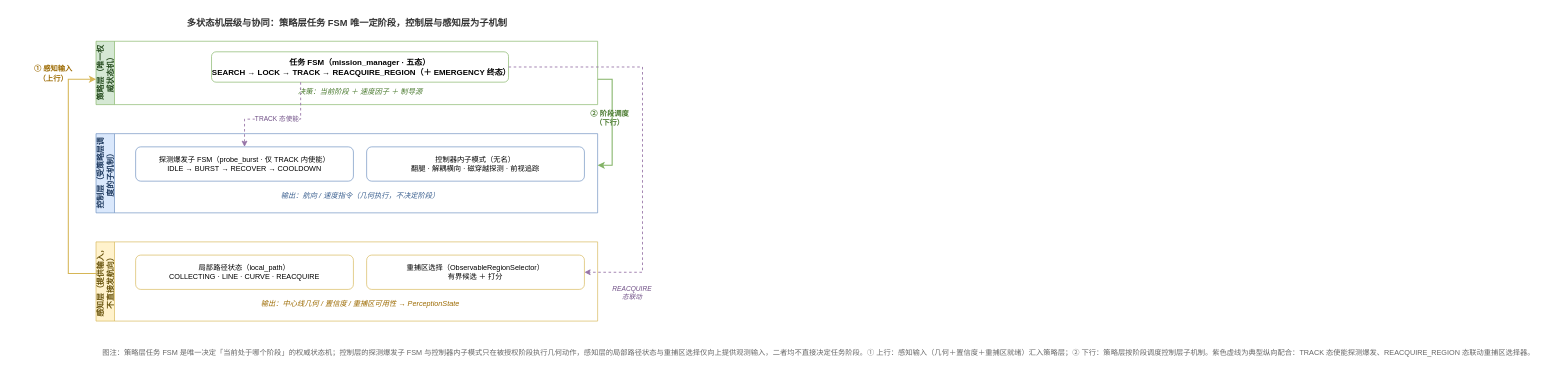
Earlier version of the draw.io diagram docs/figure/fig_statemachine_hierarchy.drawio (360ZMEM/AUV-Master-Mag). Source tidied: cells renumbered, new cells numbered last; positions are measured from the earlier drawing's top-left corner, leaving out a move shared by most shapes. Both pictures are drawn from the tidied source at 66%, with x=0, y=0 at pixel (11, 13).
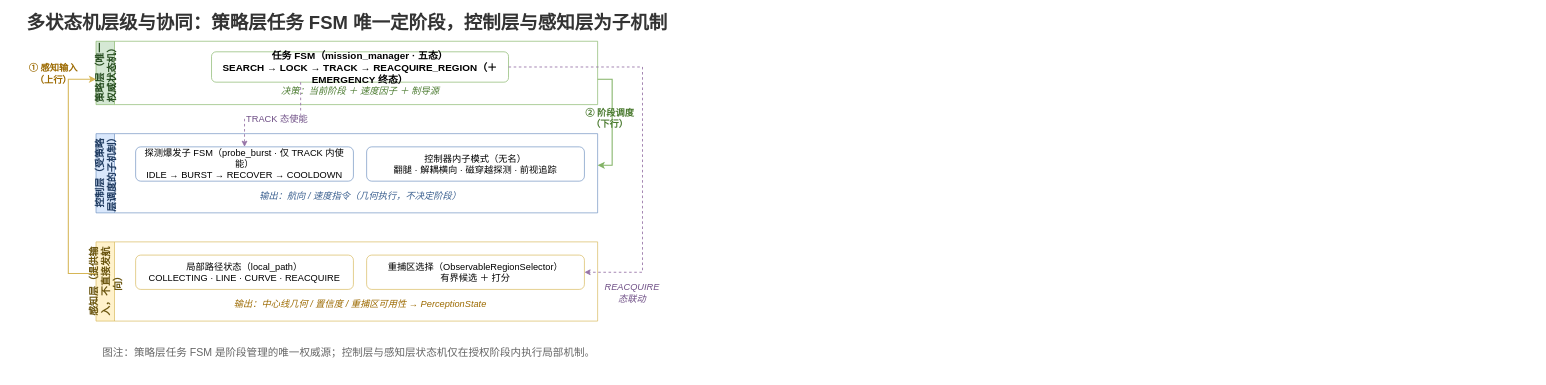
The same diagram, later.

What changed in the source:
```diff
@@
-    <mxCell id="2" value="多状态机层级与协同：策略层任务 FSM 唯一定阶段，控制层与感知层为子机制" style="text;html=1;align=center;verticalAlign=middle;fontSize=14;fontStyle=1;fontColor=#333333;" parent="1" vertex="1">
+    <mxCell id="2" value="多状态机层级与协同：策略层任务 FSM 唯一定阶段，控制层与感知层为子机制" style="text;html=1;align=center;verticalAlign=middle;fontSize=28;fontStyle=1;fontColor=#333333;" parent="1" vertex="1">
       <mxGeometry x="128" width="760" height="28" as="geometry" />
     </mxCell>
-    <mxCell id="3" value="策略层（唯一权威状态机）" style="swimlane;horizontal=0;startSize=28;html=1;whiteSpace=wrap;rounded=0;fillColor=#d5e8d4;strokeColor=#82b366;fontSize=12;fontStyle=1;fontColor=#274d20;" parent="1" vertex="1">
+    <mxCell id="3" value="策略层（唯一权威状态机）" style="swimlane;horizontal=0;startSize=28;html=1;whiteSpace=wrap;rounded=0;fillColor=#d5e8d4;strokeColor=#82b366;fontSize=15;fontStyle=1;fontColor=#274d20;" parent="1" vertex="1">
       <mxGeometry x="128" y="42" width="760" height="96" as="geometry" />
     </mxCell>
-    <mxCell id="4" value="任务 FSM（mission_manager · 五态）&#10;SEARCH → LOCK → TRACK → REACQUIRE_REGION（＋ EMERGENCY 终态）" style="rounded=1;whiteSpace=wrap;html=1;fillColor=#ffffff;strokeColor=#82b366;fontSize=12;fontStyle=1;" parent="3" vertex="1">
+    <mxCell id="4" value="任务 FSM（mission_manager · 五态）&#10;SEARCH → LOCK → TRACK → REACQUIRE_REGION（＋ EMERGENCY 终态）" style="rounded=1;whiteSpace=wrap;html=1;fillColor=#ffffff;strokeColor=#82b366;fontSize=15;fontStyle=1;" parent="3" vertex="1">
       <mxGeometry x="175" y="16" width="450" height="46" as="geometry" />
     </mxCell>
-    <mxCell id="5" value="决策：当前阶段 ＋ 速度因子 ＋ 制导源" style="text;html=1;align=center;verticalAlign=middle;fontSize=11;fontStyle=2;fontColor=#4a7a2f;" parent="3" vertex="1">
+    <mxCell id="5" value="决策：当前阶段 ＋ 速度因子 ＋ 制导源" style="text;html=1;align=center;verticalAlign=middle;fontSize=14;fontStyle=2;fontColor=#4a7a2f;" parent="3" vertex="1">
       <mxGeometry x="175" y="66" width="450" height="20" as="geometry" />
     </mxCell>
-    <mxCell id="6" value="控制层（受策略层调度的子机制）" style="swimlane;horizontal=0;startSize=28;html=1;whiteSpace=wrap;rounded=0;fillColor=#dae8fc;strokeColor=#6c8ebf;fontSize=12;fontStyle=1;fontColor=#1f3a5f;" parent="1" vertex="1">
+    <mxCell id="6" value="控制层（受策略层调度的子机制）" style="swimlane;horizontal=0;startSize=28;html=1;whiteSpace=wrap;rounded=0;fillColor=#dae8fc;strokeColor=#6c8ebf;fontSize=15;fontStyle=1;fontColor=#1f3a5f;" parent="1" vertex="1">
       <mxGeometry x="128" y="182" width="760" height="120" as="geometry" />
     </mxCell>
-    <mxCell id="7" value="探测爆发子 FSM（probe_burst · 仅 TRACK 内使能）&#10;IDLE → BURST → RECOVER → COOLDOWN" style="rounded=1;whiteSpace=wrap;html=1;fillColor=#ffffff;strokeColor=#6c8ebf;fontSize=11;" parent="6" vertex="1">
+    <mxCell id="7" value="探测爆发子 FSM（probe_burst · 仅 TRACK 内使能）&#10;IDLE → BURST → RECOVER → COOLDOWN" style="rounded=1;whiteSpace=wrap;html=1;fillColor=#ffffff;strokeColor=#6c8ebf;fontSize=14;" parent="6" vertex="1">
       <mxGeometry x="60" y="20" width="330" height="52" as="geometry" />
     </mxCell>
-    <mxCell id="8" value="控制器内子模式（无名）&#10;翻腿 · 解耦横向 · 磁穿越探测 · 前视追踪" style="rounded=1;whiteSpace=wrap;html=1;fillColor=#ffffff;strokeColor=#6c8ebf;fontSize=11;" parent="6" vertex="1">
+    <mxCell id="8" value="控制器内子模式（无名）&#10;翻腿 · 解耦横向 · 磁穿越探测 · 前视追踪" style="rounded=1;whiteSpace=wrap;html=1;fillColor=#ffffff;strokeColor=#6c8ebf;fontSize=14;" parent="6" vertex="1">
       <mxGeometry x="410" y="20" width="330" height="52" as="geometry" />
     </mxCell>
-    <mxCell id="9" value="输出：航向 / 速度指令（几何执行，不决定阶段）" style="text;html=1;align=center;verticalAlign=middle;fontSize=11;fontStyle=2;fontColor=#3a5f8f;" parent="6" vertex="1">
+    <mxCell id="9" value="输出：航向 / 速度指令（几何执行，不决定阶段）" style="text;html=1;align=center;verticalAlign=middle;fontSize=14;fontStyle=2;fontColor=#3a5f8f;" parent="6" vertex="1">
       <mxGeometry x="60" y="84" width="680" height="20" as="geometry" />
     </mxCell>
-    <mxCell id="10" value="感知层（提供输入，不直接发航向）" style="swimlane;horizontal=0;startSize=28;html=1;whiteSpace=wrap;rounded=0;fillColor=#fff2cc;strokeColor=#d6b656;fontSize=12;fontStyle=1;fontColor=#6b5610;" parent="1" vertex="1">
+    <mxCell id="10" value="感知层（提供输入，不直接发航向）" style="swimlane;horizontal=0;startSize=28;html=1;whiteSpace=wrap;rounded=0;fillColor=#fff2cc;strokeColor=#d6b656;fontSize=15;fontStyle=1;fontColor=#6b5610;" parent="1" vertex="1">
       <mxGeometry x="128" y="346" width="760" height="120" as="geometry" />
     </mxCell>
-    <mxCell id="11" value="局部路径状态（local_path）&#10;COLLECTING · LINE · CURVE · REACQUIRE" style="rounded=1;whiteSpace=wrap;html=1;fillColor=#ffffff;strokeColor=#d6b656;fontSize=11;" parent="10" vertex="1">
+    <mxCell id="11" value="局部路径状态（local_path）&#10;COLLECTING · LINE · CURVE · REACQUIRE" style="rounded=1;whiteSpace=wrap;html=1;fillColor=#ffffff;strokeColor=#d6b656;fontSize=14;" parent="10" vertex="1">
       <mxGeometry x="60" y="20" width="330" height="52" as="geometry" />
     </mxCell>
-    <mxCell id="12" value="重捕区选择（ObservableRegionSelector）&#10;有界候选 ＋ 打分" style="rounded=1;whiteSpace=wrap;html=1;fillColor=#ffffff;strokeColor=#d6b656;fontSize=11;" parent="10" vertex="1">
+    <mxCell id="12" value="重捕区选择（ObservableRegionSelector）&#10;有界候选 ＋ 打分" style="rounded=1;whiteSpace=wrap;html=1;fillColor=#ffffff;strokeColor=#d6b656;fontSize=14;" parent="10" vertex="1">
       <mxGeometry x="410" y="20" width="330" height="52" as="geometry" />
     </mxCell>
-    <mxCell id="13" value="输出：中心线几何 / 置信度 / 重捕区可用性 → PerceptionState" style="text;html=1;align=center;verticalAlign=middle;fontSize=11;fontStyle=2;fontColor=#9c6a00;" parent="10" vertex="1">
+    <mxCell id="13" value="输出：中心线几何 / 置信度 / 重捕区可用性 → PerceptionState" style="text;html=1;align=center;verticalAlign=middle;fontSize=14;fontStyle=2;fontColor=#9c6a00;" parent="10" vertex="1">
       <mxGeometry x="60" y="84" width="680" height="20" as="geometry" />
     </mxCell>
@@
-    <mxCell id="16" value="TRACK 态使能" style="edgeStyle=orthogonalEdgeStyle;rounded=0;html=1;exitX=0.3;exitY=1;exitDx=0;exitDy=0;entryX=0.5;entryY=0;entryDx=0;entryDy=0;strokeColor=#9673a6;strokeWidth=1.3;fontSize=10;fontColor=#6f4f86;dashed=1;" parent="1" edge="1" source="4" target="7">
+    <mxCell id="16" value="TRACK 态使能" style="edgeStyle=orthogonalEdgeStyle;rounded=0;html=1;exitX=0.3;exitY=1;exitDx=0;exitDy=0;entryX=0.5;entryY=0;entryDx=0;entryDy=0;strokeColor=#9673a6;strokeWidth=1.3;fontSize=14;fontColor=#6f4f86;dashed=1;" parent="1" edge="1" source="4" target="7">
       <mxGeometry relative="1" as="geometry">
         <Array as="points">
           <mxPoint x="438" y="160" />
           <mxPoint x="353" y="160" />
         </Array>
       </mxGeometry>
     </mxCell>
@@
-    <mxCell id="18" value="① 感知输入&#10;（上行）" style="text;html=1;align=center;verticalAlign=middle;fontSize=11;fontStyle=1;fontColor=#9c6a00;" parent="1" vertex="1">
+    <mxCell id="18" value="① 感知输入&#10;（上行）" style="text;html=1;align=center;verticalAlign=middle;fontSize=14;fontStyle=1;fontColor=#9c6a00;" parent="1" vertex="1">
       <mxGeometry y="74" width="126" height="34" as="geometry" />
     </mxCell>
-    <mxCell id="19" value="② 阶段调度&#10;（下行）" style="text;html=1;align=center;verticalAlign=middle;fontSize=11;fontStyle=1;fontColor=#4a7a2f;" parent="1" vertex="1">
+    <mxCell id="19" value="② 阶段调度&#10;（下行）" style="text;html=1;align=center;verticalAlign=middle;fontSize=14;fontStyle=1;fontColor=#4a7a2f;" parent="1" vertex="1">
       <mxGeometry x="846" y="142" width="120" height="34" as="geometry" />
     </mxCell>
-    <mxCell id="20" value="REACQUIRE&#10;态联动" style="text;html=1;align=center;verticalAlign=middle;fontSize=10;fontStyle=2;fontColor=#6f4f86;" parent="1" vertex="1">
+    <mxCell id="20" value="REACQUIRE&#10;态联动" style="text;html=1;align=center;verticalAlign=middle;fontSize=14;fontStyle=2;fontColor=#6f4f86;" parent="1" vertex="1">
       <mxGeometry x="890" y="406" width="100" height="34" as="geometry" />
     </mxCell>
-    <mxCell id="21" value="图注：策略层任务 FSM 是唯一决定「当前处于哪个阶段」的权威状态机；控制层的探测爆发子 FSM 与控制器内子模式只在被授权阶段执行几何动作，感知层的局部路径状态与重捕区选择仅向上提供观测输入，二者均不直接决定任务阶段。① 上行：感知输入（几何＋置信度＋重捕区就绪）汇入策略层；② 下行：策略层按阶段调度控制层子机制。紫色虚线为典型纵向配合：TRACK 态使能探测爆发、REACQUIRE_REGION 态联动重捕区选择器。" style="text;html=1;align=left;verticalAlign=middle;fontSize=11;fontStyle=0;fontColor=#666666;spacingLeft=8;" parent="1" vertex="1">
+    <mxCell id="21" value="图注：策略层任务 FSM 是阶段管理的唯一权威源；控制层与感知层状态机仅在授权阶段内执行局部机制。" style="text;html=1;align=left;verticalAlign=middle;fontSize=16;fontStyle=0;fontColor=#666666;spacingLeft=8;" parent="1" vertex="1">
       <mxGeometry x="128" y="482" width="820" height="64" as="geometry" />
     </mxCell>
```
